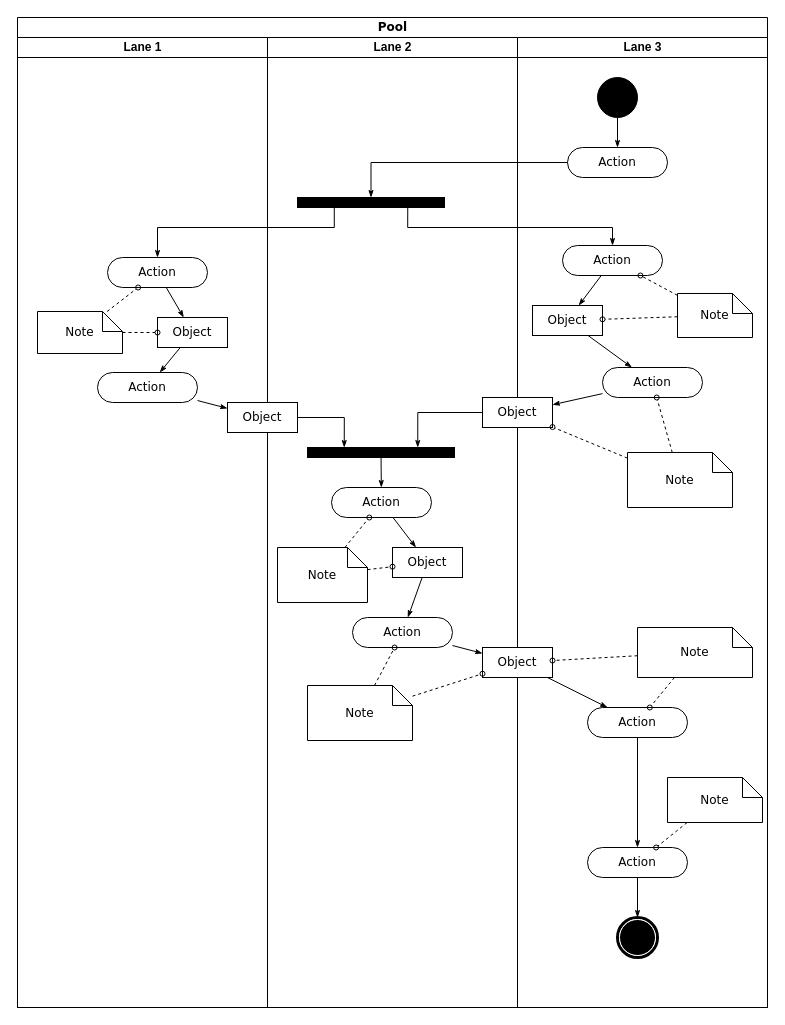
Earlier version of the draw.io diagram project/drawio/yChongyi.drawio (drshahizan/software-engineering). Source tidied: cells renumbered, new cells numbered last; positions are measured from the earlier drawing's top-left corner, leaving out a move shared by most shapes. Both pictures are drawn from the tidied source at 100%, with x=0, y=0 at pixel (17, 17).
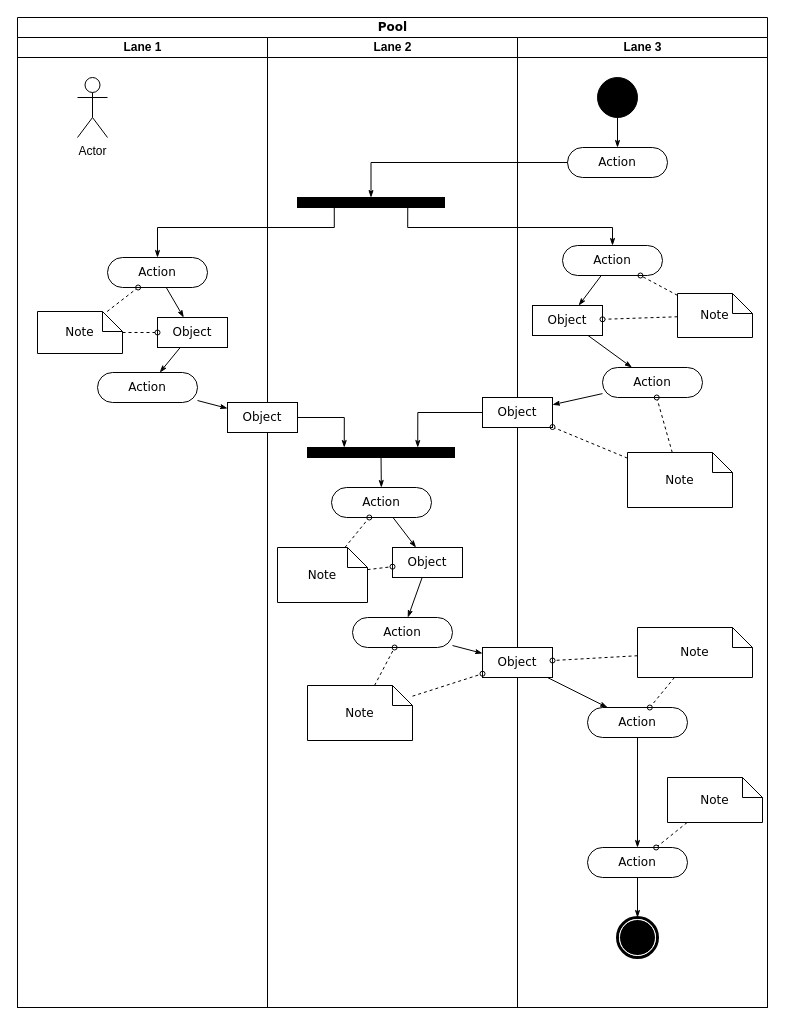
After the change.

Unchanged cells that the change refers to:
```xml
<mxCell id="3" value="Lane 1" style="swimlane;html=1;startSize=20;" parent="2" vertex="1">
  <mxGeometry y="20" width="250" height="970" as="geometry" />
</mxCell>
```

Change to the diagram source:
```diff
@@
+    <mxCell id="64" value="Actor" style="shape=umlActor;verticalLabelPosition=bottom;verticalAlign=top;html=1;" parent="3" vertex="1">
+      <mxGeometry x="60" y="40" width="30" height="60" as="geometry" />
+    </mxCell>
```
